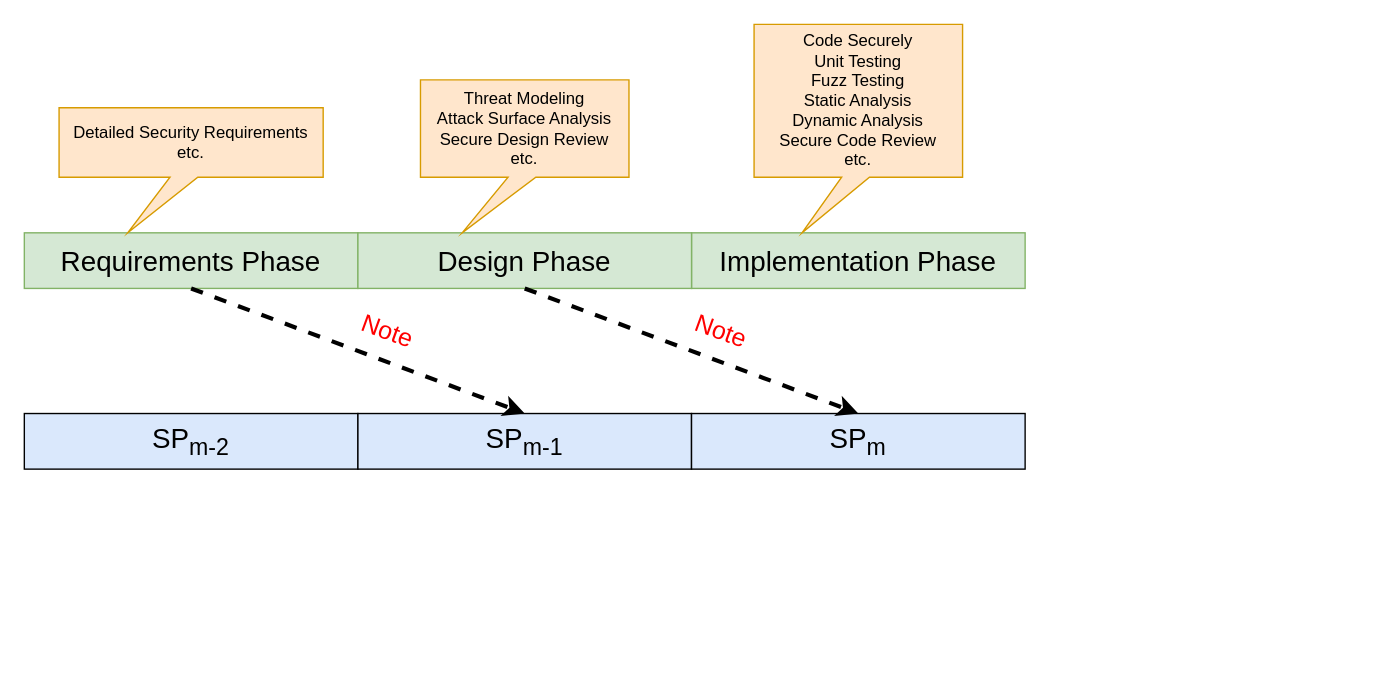
Earlier version of the draw.io diagram page "sprint-level alignment" (1 of 3) of source/primary_document/images/source/sprint-level alignment detail.drawio (nutonomy/AVCDL). Source tidied: cells renumbered, new cells numbered last; positions are measured from the earlier drawing's top-left corner, leaving out a move shared by most shapes. Both pictures are drawn from the tidied source at 139%, with x=0, y=0 at pixel (24, 24).
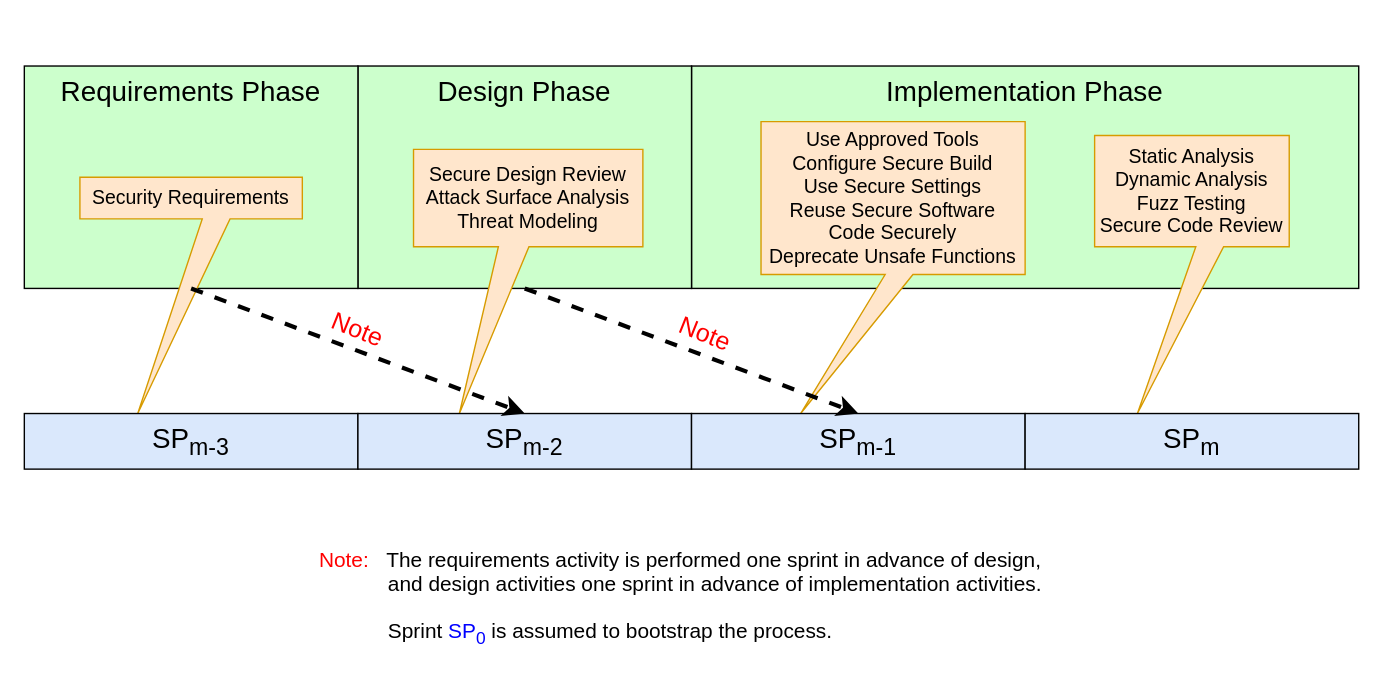
The same diagram, later.

Commit message (it also covers changes not shown here):
updated AVCDL framework and sprint-level alignment diagrams (better layout)

Change to the diagram source:
```diff
@@
 <mxGraphModel>
   <root>
     <mxCell id="0" />
     <mxCell id="1" parent="0" />
-    <mxCell id="2" value="&lt;font style=&quot;font-size: 20px&quot;&gt;SP&lt;sub&gt;m-2&lt;/sub&gt;&lt;/font&gt;" style="rounded=0;whiteSpace=wrap;html=1;fillColor=#dae8fc;" parent="1" vertex="1">
-      <mxGeometry y="280" width="240" height="40" as="geometry" />
-    </mxCell>
-    <mxCell id="3" value="&lt;span style=&quot;font-size: 20px&quot;&gt;Requirements Phase&lt;/span&gt;" style="rounded=0;whiteSpace=wrap;html=1;fillColor=#d5e8d4;strokeColor=#82b366;" parent="1" vertex="1">
-      <mxGeometry y="150" width="240" height="40" as="geometry" />
-    </mxCell>
-    <mxCell id="4" value="&lt;span style=&quot;font-size: 20px&quot;&gt;Implementation Phase&lt;/span&gt;" style="rounded=0;whiteSpace=wrap;html=1;fillColor=#d5e8d4;strokeColor=#82b366;" parent="1" vertex="1">
-      <mxGeometry x="480" y="150" width="240" height="40" as="geometry" />
+    <mxCell id="4" value="&lt;span style=&quot;font-size: 20px&quot;&gt;Implementation Phase&lt;/span&gt;" style="rounded=0;whiteSpace=wrap;html=1;fillColor=#ccffcc;strokeColor=#000000;verticalAlign=top;" parent="1" vertex="1">
+      <mxGeometry x="480" y="30" width="480" height="160" as="geometry" />
     </mxCell>
-    <mxCell id="5" value="&lt;span style=&quot;font-size: 20px&quot;&gt;Design Phase&lt;/span&gt;" style="rounded=0;whiteSpace=wrap;html=1;fillColor=#d5e8d4;strokeColor=#82b366;" parent="1" vertex="1">
-      <mxGeometry x="240" y="150" width="240" height="40" as="geometry" />
+    <mxCell id="5" value="&lt;span style=&quot;font-size: 20px&quot;&gt;Design Phase&lt;/span&gt;" style="rounded=0;whiteSpace=wrap;html=1;fillColor=#ccffcc;strokeColor=#000000;verticalAlign=top;" parent="1" vertex="1">
+      <mxGeometry x="240" y="30" width="240" height="160" as="geometry" />
     </mxCell>
+    <mxCell id="3" value="&lt;span style=&quot;font-size: 20px&quot;&gt;Requirements Phase&lt;/span&gt;" style="rounded=0;whiteSpace=wrap;html=1;fillColor=#ccffcc;strokeColor=#000000;verticalAlign=top;" parent="1" vertex="1">
+      <mxGeometry y="30" width="240" height="160" as="geometry" />
+    </mxCell>
+    <mxCell id="12" value="&lt;font style=&quot;font-size: 14px;&quot;&gt;Security Requirements&lt;/font&gt;" style="shape=callout;whiteSpace=wrap;html=1;perimeter=calloutPerimeter;strokeColor=#d79b00;position2=0.26;size=140;position=0.55;fillColor=#ffe6cc;" parent="1" vertex="1">
+      <mxGeometry x="40" y="110" width="160" height="170" as="geometry" />
+    </mxCell>
+    <mxCell id="13" value="&lt;font style=&quot;font-size: 14px;&quot;&gt;Secure Design Review&lt;br&gt;Attack Surface Analysis&lt;br&gt;Threat Modeling&lt;/font&gt;" style="shape=callout;whiteSpace=wrap;html=1;perimeter=calloutPerimeter;strokeColor=#d79b00;position2=0.2;size=120;position=0.37;fillColor=#ffe6cc;base=22;" parent="1" vertex="1">
+      <mxGeometry x="280" y="90" width="165" height="190" as="geometry" />
+    </mxCell>
+    <mxCell id="14" value="&lt;div style=&quot;border-color: var(--border-color); font-size: 14px;&quot;&gt;&lt;span style=&quot;background-color: initial;&quot;&gt;&lt;font style=&quot;font-size: 14px;&quot;&gt;Static Analysis&lt;/font&gt;&lt;/span&gt;&lt;/div&gt;&lt;div style=&quot;border-color: var(--border-color); font-size: 14px;&quot;&gt;&lt;span style=&quot;border-color: var(--border-color);&quot;&gt;&lt;font style=&quot;font-size: 14px;&quot;&gt;Dynamic Analysis&lt;/font&gt;&lt;/span&gt;&lt;/div&gt;&lt;div style=&quot;border-color: var(--border-color); font-size: 14px;&quot;&gt;&lt;span style=&quot;border-color: var(--border-color);&quot;&gt;&lt;font style=&quot;font-size: 14px;&quot;&gt;Fuzz Testing&lt;/font&gt;&lt;/span&gt;&lt;/div&gt;&lt;div style=&quot;border-color: var(--border-color); font-size: 14px;&quot;&gt;&lt;font style=&quot;font-size: 14px;&quot;&gt;Secure Code Review&lt;/font&gt;&lt;/div&gt;" style="shape=callout;whiteSpace=wrap;html=1;perimeter=calloutPerimeter;strokeColor=#d79b00;position2=0.22;size=120;position=0.52;fillColor=#ffe6cc;base=20;" parent="1" vertex="1">
+      <mxGeometry x="770" y="80" width="140" height="200" as="geometry" />
+    </mxCell>
+    <mxCell id="15" value="&lt;div style=&quot;border-color: var(--border-color); font-size: 14px;&quot;&gt;&lt;div style=&quot;border-color: var(--border-color);&quot;&gt;Use Approved Tools&lt;/div&gt;&lt;div style=&quot;border-color: var(--border-color);&quot;&gt;Configure Secure Build&lt;/div&gt;&lt;div style=&quot;border-color: var(--border-color);&quot;&gt;Use Secure Settings&lt;/div&gt;&lt;div style=&quot;border-color: var(--border-color);&quot;&gt;Reuse Secure Software&lt;/div&gt;&lt;div style=&quot;border-color: var(--border-color);&quot;&gt;Code Securely&lt;/div&gt;&lt;div style=&quot;border-color: var(--border-color);&quot;&gt;&lt;span style=&quot;border-color: var(--border-color);&quot;&gt;Deprecate Unsafe Functions&lt;/span&gt;&lt;/div&gt;&lt;/div&gt;" style="shape=callout;whiteSpace=wrap;html=1;perimeter=calloutPerimeter;strokeColor=#d79b00;position2=0.15;size=100;position=0.47;fillColor=#ffe6cc;base=20;" parent="1" vertex="1">
+      <mxGeometry x="530" y="70" width="190" height="210" as="geometry" />
+    </mxCell>
+    <mxCell id="2" value="&lt;font style=&quot;font-size: 20px&quot;&gt;SP&lt;sub&gt;m-3&lt;/sub&gt;&lt;/font&gt;" style="rounded=0;whiteSpace=wrap;html=1;fillColor=#dae8fc;" parent="1" vertex="1">
+      <mxGeometry y="280" width="240" height="40" as="geometry" />
+    </mxCell>
-    <mxCell id="6" value="&lt;font style=&quot;font-size: 20px&quot;&gt;SP&lt;sub&gt;m-1&lt;/sub&gt;&lt;/font&gt;" style="rounded=0;whiteSpace=wrap;html=1;fillColor=#dae8fc;" parent="1" vertex="1">
+    <mxCell id="6" value="&lt;font style=&quot;font-size: 20px&quot;&gt;SP&lt;sub&gt;m-2&lt;/sub&gt;&lt;/font&gt;" style="rounded=0;whiteSpace=wrap;html=1;fillColor=#dae8fc;" parent="1" vertex="1">
       <mxGeometry x="240" y="280" width="240" height="40" as="geometry" />
     </mxCell>
-    <mxCell id="7" value="&lt;font style=&quot;font-size: 20px&quot;&gt;SP&lt;sub&gt;m&lt;/sub&gt;&lt;/font&gt;" style="rounded=0;whiteSpace=wrap;html=1;fillColor=#dae8fc;" parent="1" vertex="1">
+    <mxCell id="7" value="&lt;font style=&quot;font-size: 20px&quot;&gt;SP&lt;sub&gt;m-1&lt;/sub&gt;&lt;/font&gt;" style="rounded=0;whiteSpace=wrap;html=1;fillColor=#dae8fc;" parent="1" vertex="1">
       <mxGeometry x="480" y="280" width="240" height="40" as="geometry" />
     </mxCell>
     <mxCell id="8" style="endArrow=classic;html=1;exitX=0.5;exitY=1;exitDx=0;exitDy=0;entryX=0.5;entryY=0;entryDx=0;entryDy=0;dashed=1;strokeWidth=3;" parent="1" edge="1" source="3" target="6">
       <mxGeometry relative="1" as="geometry" />
     </mxCell>
-    <mxCell id="9" value="&lt;font style=&quot;font-size: 18px&quot; color=&quot;#ff0000&quot;&gt;Note&lt;/font&gt;" style="edgeLabel;html=1;align=center;verticalAlign=middle;rotation=20;" parent="8" vertex="1">
-      <mxGeometry x="0.13" relative="1" as="geometry">
-        <mxPoint x="5.2" y="-20.6" as="offset" />
-      </mxGeometry>
-    </mxCell>
     <mxCell id="10" style="endArrow=classic;html=1;exitX=0.5;exitY=1;exitDx=0;exitDy=0;entryX=0.5;entryY=0;entryDx=0;entryDy=0;dashed=1;strokeWidth=3;" parent="1" edge="1" source="5" target="7">
       <mxGeometry relative="1" as="geometry" />
     </mxCell>
-    <mxCell id="11" value="&lt;font style=&quot;font-size: 18px&quot; color=&quot;#ff0000&quot;&gt;Note&lt;/font&gt;" style="edgeLabel;html=1;align=center;verticalAlign=middle;rotation=20;" parent="10" vertex="1">
-      <mxGeometry x="0.13" relative="1" as="geometry">
-        <mxPoint x="5.2" y="-20.6" as="offset" />
-      </mxGeometry>
-    </mxCell>
-    <mxCell id="12" value="Detailed Security Requirements&lt;br&gt;etc." style="shape=callout;whiteSpace=wrap;html=1;perimeter=calloutPerimeter;strokeColor=#d79b00;position2=0.26;size=40;position=0.42;fillColor=#ffe6cc;" parent="1" vertex="1">
-      <mxGeometry x="25" y="60" width="190" height="90" as="geometry" />
-    </mxCell>
-    <mxCell id="13" value="Threat Modeling&lt;br&gt;Attack Surface Analysis&lt;br&gt;Secure Design Review&lt;br&gt;etc." style="shape=callout;whiteSpace=wrap;html=1;perimeter=calloutPerimeter;strokeColor=#d79b00;position2=0.2;size=40;position=0.42;fillColor=#ffe6cc;" parent="1" vertex="1">
-      <mxGeometry x="285" y="40" width="150" height="110" as="geometry" />
-    </mxCell>
-    <mxCell id="14" value="Code Securely&lt;br&gt;Unit Testing&lt;br&gt;Fuzz Testing&lt;br&gt;Static Analysis&lt;br&gt;Dynamic Analysis&lt;br&gt;Secure Code Review&lt;br&gt;etc." style="shape=callout;whiteSpace=wrap;html=1;perimeter=calloutPerimeter;strokeColor=#d79b00;position2=0.23;size=40;position=0.42;fillColor=#ffe6cc;" parent="1" vertex="1">
-      <mxGeometry x="525" width="150" height="150" as="geometry" />
-    </mxCell>
+    <mxCell id="16" value="&lt;font style=&quot;font-size: 18px;&quot; color=&quot;#ff0000&quot;&gt;Note&lt;/font&gt;" style="text;html=1;strokeColor=none;fillColor=none;align=center;verticalAlign=middle;whiteSpace=wrap;rounded=0;rotation=22;" parent="1" vertex="1">
+      <mxGeometry x="210" y="210" width="60" height="20" as="geometry" />
+    </mxCell>
+    <mxCell id="17" value="&lt;font style=&quot;font-size: 18px;&quot; color=&quot;#ff0000&quot;&gt;Note&lt;/font&gt;" style="text;html=1;strokeColor=none;fillColor=none;align=center;verticalAlign=middle;whiteSpace=wrap;rounded=0;rotation=22;" parent="1" vertex="1">
+      <mxGeometry x="460" y="213" width="60" height="20" as="geometry" />
+    </mxCell>
+    <mxCell id="18" parent="0" />
+    <mxCell id="19" value="&lt;p style=&quot;line-height: normal; margin-top: 0pt; margin-bottom: 0pt; margin-right: 0in; text-indent: -0.69in; text-align: left; unicode-bidi: embed; font-size: 15px;&quot;&gt;&lt;span style=&quot;font-variant: normal; color: red; text-transform: none; font-style: normal;&quot;&gt;&amp;nbsp; &amp;nbsp; Note:&lt;span style=&quot;mso-tab-count:&lt;br/&gt;1&quot;&gt;&amp;nbsp; &amp;nbsp;&lt;/span&gt;&lt;/span&gt;&lt;span style=&quot;text-transform: none; font-weight: normal;&quot;&gt;The requirements activity is performed one sprint in advance of design,&lt;br&gt;and design activities one sprint in advance of implementation activities.&lt;br&gt;&lt;br&gt;Sprint&lt;/span&gt;&lt;span style=&quot;color: blue; text-transform: none; font-weight: normal;&quot;&gt; &lt;/span&gt;&lt;font style=&quot;font-size: 15px;&quot; color=&quot;#0000ff&quot;&gt;&lt;span style=&quot;text-transform: none; font-weight: normal;&quot;&gt;SP&lt;/span&gt;&lt;span style=&quot;font-variant: normal; font-weight: normal; font-style: normal;&quot;&gt;&lt;sub style=&quot;&quot;&gt;0&lt;/sub&gt;&lt;/span&gt;&lt;/font&gt;&lt;span style=&quot;font-variant: normal; text-transform: none; font-weight: normal;&quot;&gt; is assumed to bootstrap the process.&lt;/span&gt;&lt;/p&gt;" style="text;whiteSpace=wrap;html=1;" parent="18" vertex="1">
+      <mxGeometry x="260" y="370" width="480" height="80" as="geometry" />
+    </mxCell>
+    <mxCell id="20" value="&lt;font style=&quot;font-size: 20px&quot;&gt;SP&lt;sub&gt;m&lt;/sub&gt;&lt;/font&gt;" style="rounded=0;whiteSpace=wrap;html=1;fillColor=#dae8fc;" parent="18" vertex="1">
+      <mxGeometry x="720" y="280" width="240" height="40" as="geometry" />
+    </mxCell>
   </root>
 </mxGraphModel>
```
